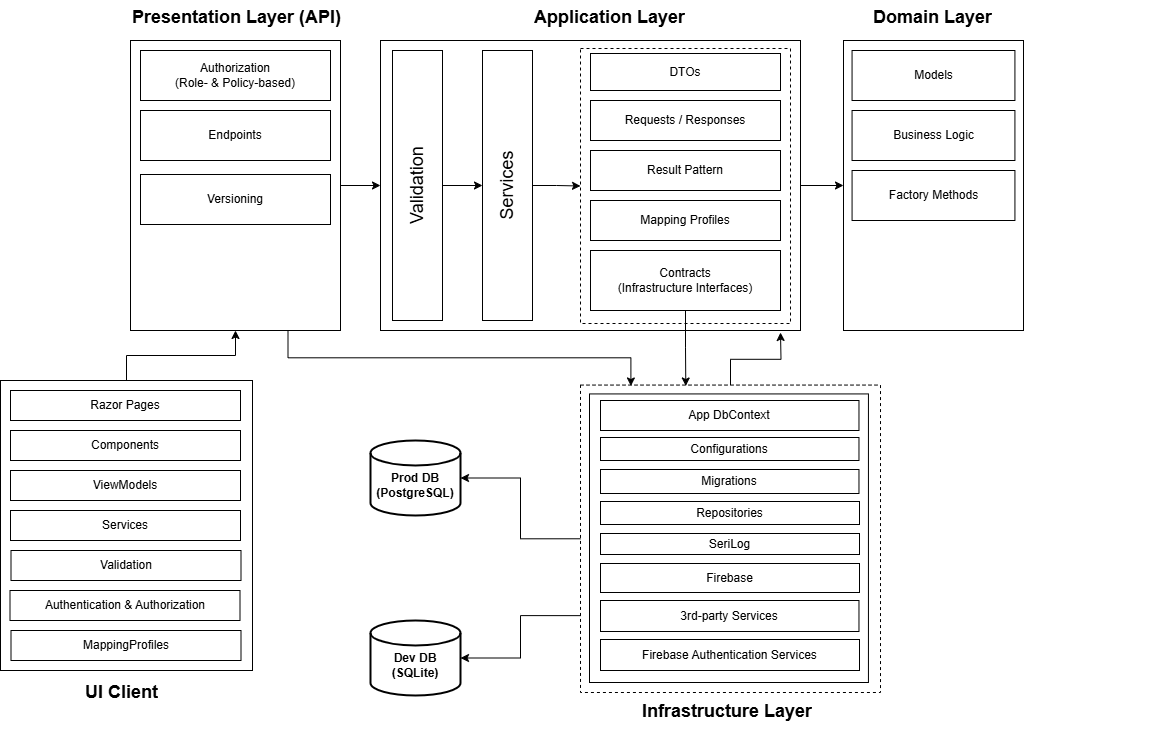
makaveli404/sharbo-api keeps this draw.io diagram as architecture_diagram.png. Above is the earlier version. Source tidied: cells renumbered, new cells last; positions are measured from the earlier drawing's top-left corner, leaving out a move shared by most shapes. The source it was exported from:
```xml
<mxGraphModel>
  <root>
    <mxCell id="0" />
    <mxCell id="1" parent="0" />
    <mxCell id="2" value="&lt;br&gt;&lt;b&gt;Prod DB&lt;/b&gt;&lt;br&gt;&lt;b&gt;(PostgreSQL)&lt;/b&gt;" style="strokeWidth=2;html=1;shape=mxgraph.flowchart.database;whiteSpace=wrap;" parent="1" vertex="1">
      <mxGeometry x="370" y="440" width="90" height="75" as="geometry" />
    </mxCell>
    <mxCell id="3" style="group;" parent="1" vertex="1">
      <mxGeometry x="130" y="10" width="240" height="330" as="geometry" />
    </mxCell>
    <mxCell id="4" style="rounded=0;whiteSpace=wrap;html=1;" parent="3" vertex="1">
      <mxGeometry y="30" width="210" height="290" as="geometry" />
    </mxCell>
    <mxCell id="5" value="&lt;h1 style=&quot;margin-top: 0px;&quot;&gt;Presentation Layer (API)&lt;br&gt;&lt;/h1&gt;" style="text;html=1;whiteSpace=wrap;overflow=hidden;rounded=0;fontSize=9;" parent="3" vertex="1">
      <mxGeometry y="-10" width="220" height="30" as="geometry" />
    </mxCell>
    <mxCell id="6" value="Authorization &lt;br&gt;(Role- &amp;amp; Policy-based)" style="rounded=0;whiteSpace=wrap;html=1;" parent="3" vertex="1">
      <mxGeometry x="10" y="40" width="190" height="50" as="geometry" />
    </mxCell>
    <mxCell id="7" value="Endpoints" style="rounded=0;whiteSpace=wrap;html=1;" parent="3" vertex="1">
      <mxGeometry x="10" y="100" width="190" height="50" as="geometry" />
    </mxCell>
    <mxCell id="8" value="Versioning" style="rounded=0;whiteSpace=wrap;html=1;" parent="3" vertex="1">
      <mxGeometry x="10" y="164" width="190" height="50" as="geometry" />
    </mxCell>
    <mxCell id="9" style="group;" parent="1" vertex="1">
      <mxGeometry x="380" y="10" width="470" height="320" as="geometry" />
    </mxCell>
    <mxCell id="10" style="rounded=0;whiteSpace=wrap;html=1;" parent="9" vertex="1">
      <mxGeometry y="30" width="420" height="290" as="geometry" />
    </mxCell>
    <mxCell id="11" style="rounded=0;whiteSpace=wrap;html=1;fillColor=none;strokeWidth=1;dashed=1;" parent="9" vertex="1">
      <mxGeometry x="200" y="38" width="210" height="275" as="geometry" />
    </mxCell>
    <mxCell id="12" value="&lt;h1 style=&quot;margin-top: 0px;&quot;&gt;Application Layer&lt;br&gt;&lt;/h1&gt;" style="text;html=1;whiteSpace=wrap;overflow=hidden;rounded=0;fontSize=9;" parent="9" vertex="1">
      <mxGeometry x="152" y="-10" width="155.2" height="30" as="geometry" />
    </mxCell>
    <mxCell id="13" style="edgeStyle=orthogonalEdgeStyle;rounded=0;jettySize=auto;html=1;entryX=0;entryY=0.5;entryDx=0;entryDy=0;" parent="9" edge="1" source="14" target="21">
      <mxGeometry relative="1" as="geometry" />
    </mxCell>
    <mxCell id="14" value="Validation" style="rounded=0;whiteSpace=wrap;html=1;horizontal=0;fontSize=18;verticalAlign=middle;" parent="9" vertex="1">
      <mxGeometry x="12" y="40" width="50" height="270" as="geometry" />
    </mxCell>
    <mxCell id="15" value="DTOs" style="rounded=0;whiteSpace=wrap;html=1;" parent="9" vertex="1">
      <mxGeometry x="210" y="43" width="190" height="37" as="geometry" />
    </mxCell>
    <mxCell id="16" value="Contracts &lt;br&gt;(Infrastructure Interfaces)" style="rounded=0;whiteSpace=wrap;html=1;" parent="9" vertex="1">
      <mxGeometry x="210" y="240" width="190" height="60" as="geometry" />
    </mxCell>
    <mxCell id="17" value="Result Pattern" style="rounded=0;whiteSpace=wrap;html=1;" parent="9" vertex="1">
      <mxGeometry x="210" y="140" width="190" height="40" as="geometry" />
    </mxCell>
    <mxCell id="18" value="Mapping Profiles" style="rounded=0;whiteSpace=wrap;html=1;" parent="9" vertex="1">
      <mxGeometry x="210" y="190" width="190" height="40" as="geometry" />
    </mxCell>
    <mxCell id="19" value="Requests / Responses" style="rounded=0;whiteSpace=wrap;html=1;" parent="9" vertex="1">
      <mxGeometry x="210" y="90" width="190" height="40" as="geometry" />
    </mxCell>
    <mxCell id="20" style="edgeStyle=orthogonalEdgeStyle;rounded=0;jettySize=auto;html=1;entryX=0;entryY=0.5;entryDx=0;entryDy=0;" parent="9" edge="1" source="21" target="11">
      <mxGeometry relative="1" as="geometry" />
    </mxCell>
    <mxCell id="21" value="Services" style="rounded=0;whiteSpace=wrap;html=1;horizontal=0;fontSize=18;verticalAlign=middle;" parent="9" vertex="1">
      <mxGeometry x="102" y="40" width="50" height="270" as="geometry" />
    </mxCell>
    <mxCell id="22" style="group;" parent="1" vertex="1">
      <mxGeometry x="843" y="10" width="180" height="320" as="geometry" />
    </mxCell>
    <mxCell id="23" style="rounded=0;whiteSpace=wrap;html=1;" parent="22" vertex="1">
      <mxGeometry y="30" width="180" height="290" as="geometry" />
    </mxCell>
    <mxCell id="24" value="&lt;h1 style=&quot;margin-top: 0px;&quot;&gt;Domain Layer&lt;br&gt;&lt;/h1&gt;" style="text;html=1;whiteSpace=wrap;overflow=hidden;rounded=0;fontSize=9;" parent="22" vertex="1">
      <mxGeometry x="27.9" y="-10" width="124.3" height="30" as="geometry" />
    </mxCell>
    <mxCell id="25" value="Business Logic" style="rounded=0;whiteSpace=wrap;html=1;" parent="22" vertex="1">
      <mxGeometry x="8.6" y="100" width="162.9" height="50" as="geometry" />
    </mxCell>
    <mxCell id="26" value="Models" style="rounded=0;whiteSpace=wrap;html=1;" parent="22" vertex="1">
      <mxGeometry x="8.6" y="40" width="162.9" height="50" as="geometry" />
    </mxCell>
    <mxCell id="27" value="Factory Methods" style="rounded=0;whiteSpace=wrap;html=1;" parent="22" vertex="1">
      <mxGeometry x="8.6" y="160" width="162.9" height="50" as="geometry" />
    </mxCell>
    <mxCell id="28" style="edgeStyle=orthogonalEdgeStyle;rounded=0;jettySize=auto;html=1;exitX=1;exitY=0.5;exitDx=0;exitDy=0;entryX=0;entryY=0.5;entryDx=0;entryDy=0;" parent="1" edge="1" source="4" target="10">
      <mxGeometry relative="1" as="geometry" />
    </mxCell>
    <mxCell id="29" style="group;" parent="1" vertex="1">
      <mxGeometry y="350" width="260" height="350" as="geometry" />
    </mxCell>
    <mxCell id="30" style="group;" parent="29" vertex="1">
      <mxGeometry width="252" height="320" as="geometry" />
    </mxCell>
    <mxCell id="31" style="rounded=0;whiteSpace=wrap;html=1;" parent="30" vertex="1">
      <mxGeometry y="30" width="252" height="290" as="geometry" />
    </mxCell>
    <mxCell id="32" value="&lt;div&gt;Razor Pages&lt;/div&gt;" style="rounded=0;whiteSpace=wrap;html=1;" parent="30" vertex="1">
      <mxGeometry x="10" y="40" width="230" height="30" as="geometry" />
    </mxCell>
    <mxCell id="33" value="Services" style="rounded=0;whiteSpace=wrap;html=1;" parent="30" vertex="1">
      <mxGeometry x="10" y="160" width="230" height="30" as="geometry" />
    </mxCell>
    <mxCell id="34" value="Authentication &amp;amp; Authorization" style="rounded=0;whiteSpace=wrap;html=1;" parent="30" vertex="1">
      <mxGeometry x="9.5" y="240" width="230" height="30" as="geometry" />
    </mxCell>
    <mxCell id="35" value="Components" style="rounded=0;whiteSpace=wrap;html=1;" parent="30" vertex="1">
      <mxGeometry x="10" y="80" width="230" height="30" as="geometry" />
    </mxCell>
    <mxCell id="36" value="ViewModels" style="rounded=0;whiteSpace=wrap;html=1;" parent="30" vertex="1">
      <mxGeometry x="10" y="120" width="230" height="30" as="geometry" />
    </mxCell>
    <mxCell id="37" value="MappingProfiles" style="rounded=0;whiteSpace=wrap;html=1;" parent="30" vertex="1">
      <mxGeometry x="10.5" y="280" width="230" height="30" as="geometry" />
    </mxCell>
    <mxCell id="38" value="Validation" style="rounded=0;whiteSpace=wrap;html=1;" parent="30" vertex="1">
      <mxGeometry x="10.5" y="200" width="230" height="30" as="geometry" />
    </mxCell>
    <mxCell id="39" value="&lt;h1 style=&quot;margin-top: 0px;&quot;&gt;UI Client &lt;br&gt;&lt;/h1&gt;" style="text;html=1;whiteSpace=wrap;overflow=hidden;rounded=0;fontSize=9;" parent="29" vertex="1">
      <mxGeometry x="83" y="325" width="83" height="30" as="geometry" />
    </mxCell>
    <mxCell id="40" style="group;" parent="1" vertex="1">
      <mxGeometry x="580" y="351" width="590" height="380" as="geometry" />
    </mxCell>
    <mxCell id="41" style="group;dashed=1;strokeWidth=1;" parent="40" vertex="1">
      <mxGeometry y="1" width="590" height="347.4" as="geometry" />
    </mxCell>
    <mxCell id="42" style="rounded=0;whiteSpace=wrap;html=1;dashed=1;" parent="41" vertex="1">
      <mxGeometry y="32.6" width="300" height="307.4" as="geometry" />
    </mxCell>
    <mxCell id="43" style="rounded=0;whiteSpace=wrap;html=1;" parent="41" vertex="1">
      <mxGeometry x="9" y="41.4" width="278.9" height="288.6" as="geometry" />
    </mxCell>
    <mxCell id="44" value="App DbContext" style="rounded=0;whiteSpace=wrap;html=1;" parent="41" vertex="1">
      <mxGeometry x="20" y="48" width="258.5" height="30" as="geometry" />
    </mxCell>
    <mxCell id="45" value="Configurations" style="rounded=0;whiteSpace=wrap;html=1;" parent="41" vertex="1">
      <mxGeometry x="20" y="85" width="258.5" height="23" as="geometry" />
    </mxCell>
    <mxCell id="46" value="Migrations" style="rounded=0;whiteSpace=wrap;html=1;" parent="41" vertex="1">
      <mxGeometry x="20" y="117" width="258.5" height="24" as="geometry" />
    </mxCell>
    <mxCell id="47" value="Repositories" style="rounded=0;whiteSpace=wrap;html=1;" parent="41" vertex="1">
      <mxGeometry x="20" y="149" width="259" height="23" as="geometry" />
    </mxCell>
    <mxCell id="48" value="SeriLog" style="rounded=0;whiteSpace=wrap;html=1;" parent="41" vertex="1">
      <mxGeometry x="20" y="181" width="259" height="21" as="geometry" />
    </mxCell>
    <mxCell id="49" value="3rd-party Services" style="rounded=0;whiteSpace=wrap;html=1;" parent="41" vertex="1">
      <mxGeometry x="20" y="248" width="258.5" height="31" as="geometry" />
    </mxCell>
    <mxCell id="50" value="Firebase Authentication Services" style="rounded=0;whiteSpace=wrap;html=1;" parent="41" vertex="1">
      <mxGeometry x="20" y="287" width="259" height="31" as="geometry" />
    </mxCell>
    <mxCell id="51" value="Firebase" style="rounded=0;whiteSpace=wrap;html=1;" parent="41" vertex="1">
      <mxGeometry x="20" y="211" width="259" height="29" as="geometry" />
    </mxCell>
    <mxCell id="52" style="edgeStyle=orthogonalEdgeStyle;rounded=0;jettySize=auto;html=1;exitX=1;exitY=0.5;exitDx=0;exitDy=0;entryX=0;entryY=0.5;entryDx=0;entryDy=0;" parent="1" edge="1" source="10" target="23">
      <mxGeometry relative="1" as="geometry" />
    </mxCell>
    <mxCell id="53" style="edgeStyle=orthogonalEdgeStyle;rounded=0;jettySize=auto;html=1;exitX=0.5;exitY=0;exitDx=0;exitDy=0;entryX=0.5;entryY=1;entryDx=0;entryDy=0;" parent="1" edge="1" source="31" target="4">
      <mxGeometry relative="1" as="geometry" />
    </mxCell>
    <mxCell id="54" style="edgeStyle=orthogonalEdgeStyle;rounded=0;jettySize=auto;html=1;exitX=0;exitY=0.5;exitDx=0;exitDy=0;entryX=1;entryY=0.5;entryDx=0;entryDy=0;entryPerimeter=0;" parent="1" edge="1" source="42" target="2">
      <mxGeometry relative="1" as="geometry" />
    </mxCell>
    <mxCell id="55" style="edgeStyle=orthogonalEdgeStyle;rounded=0;jettySize=auto;html=1;exitX=0.75;exitY=1;exitDx=0;exitDy=0;entryX=0.168;entryY=0.003;entryDx=0;entryDy=0;entryPerimeter=0;" parent="1" edge="1" source="4" target="42">
      <mxGeometry relative="1" as="geometry" />
    </mxCell>
    <mxCell id="56" style="edgeStyle=orthogonalEdgeStyle;rounded=0;jettySize=auto;html=1;exitX=0.5;exitY=1;exitDx=0;exitDy=0;entryX=0.351;entryY=0.003;entryDx=0;entryDy=0;entryPerimeter=0;" parent="1" edge="1" source="16" target="42">
      <mxGeometry relative="1" as="geometry" />
    </mxCell>
    <mxCell id="57" style="edgeStyle=orthogonalEdgeStyle;rounded=0;jettySize=auto;html=1;exitX=0.5;exitY=0;exitDx=0;exitDy=0;" parent="1" edge="1" source="42">
      <mxGeometry relative="1" as="geometry">
        <mxPoint x="780" y="332" as="targetPoint" />
      </mxGeometry>
    </mxCell>
    <mxCell id="58" value="&lt;h1 style=&quot;margin-top: 0px;&quot;&gt;Infrastructure Layer&lt;br&gt;&lt;/h1&gt;" style="text;html=1;whiteSpace=wrap;overflow=hidden;rounded=0;fontSize=9;" parent="1" vertex="1">
      <mxGeometry x="640" y="694.4" width="180" height="32.6" as="geometry" />
    </mxCell>
    <mxCell id="59" value="&lt;br&gt;&lt;b&gt;Dev DB&lt;/b&gt;&lt;br&gt;&lt;b&gt;(SQLite)&lt;/b&gt;" style="strokeWidth=2;html=1;shape=mxgraph.flowchart.database;whiteSpace=wrap;" parent="1" vertex="1">
      <mxGeometry x="370" y="620" width="90" height="75" as="geometry" />
    </mxCell>
    <mxCell id="60" style="edgeStyle=orthogonalEdgeStyle;rounded=0;jettySize=auto;html=1;exitX=0;exitY=0.75;exitDx=0;exitDy=0;entryX=1;entryY=0.5;entryDx=0;entryDy=0;entryPerimeter=0;" parent="1" edge="1" source="42" target="59">
      <mxGeometry relative="1" as="geometry" />
    </mxCell>
  </root>
</mxGraphModel>
```
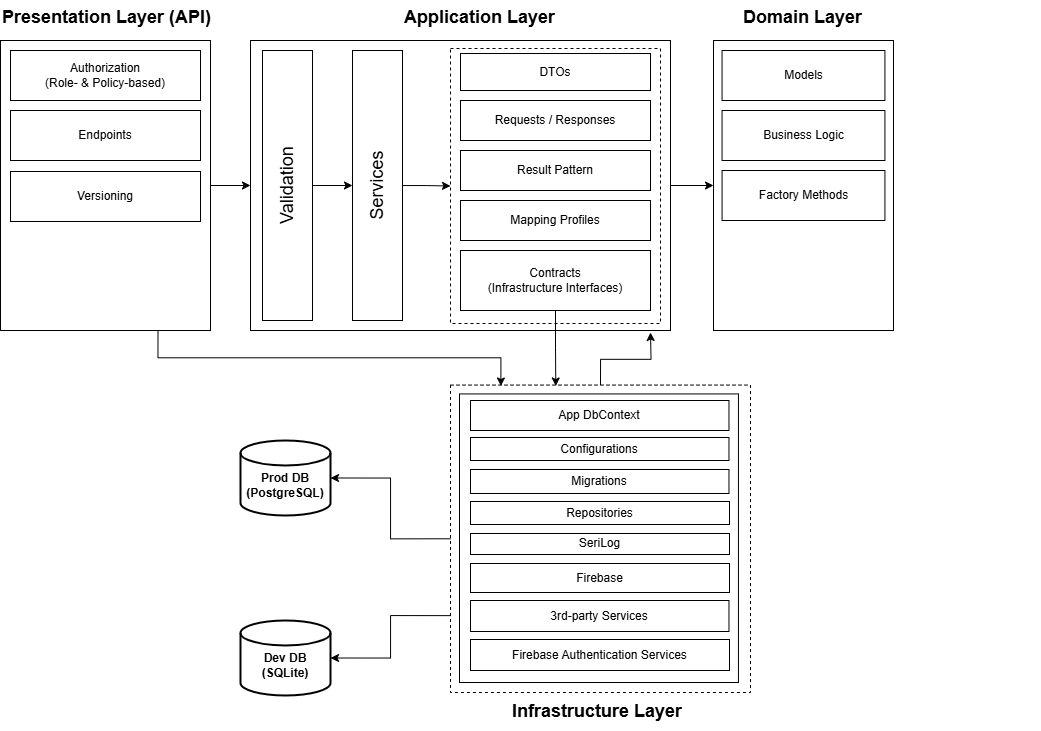
The same file after the commit.

Change to the diagram source:
```diff
@@ -21,7 +21,7 @@
       <mxGeometry x="10" y="100" width="190" height="50" as="geometry" />
     </mxCell>
     <mxCell id="8" value="Versioning" style="rounded=0;whiteSpace=wrap;html=1;" parent="3" vertex="1">
-      <mxGeometry x="10" y="164" width="190" height="50" as="geometry" />
+      <mxGeometry x="10" y="161" width="190" height="50" as="geometry" />
     </mxCell>
     <mxCell id="9" style="group;" parent="1" vertex="1">
       <mxGeometry x="380" y="10" width="470" height="320" as="geometry" />
@@ -83,39 +83,6 @@
     <mxCell id="28" style="edgeStyle=orthogonalEdgeStyle;rounded=0;jettySize=auto;html=1;exitX=1;exitY=0.5;exitDx=0;exitDy=0;entryX=0;entryY=0.5;entryDx=0;entryDy=0;" parent="1" edge="1" source="4" target="10">
       <mxGeometry relative="1" as="geometry" />
     </mxCell>
-    <mxCell id="29" style="group;" parent="1" vertex="1">
-      <mxGeometry y="350" width="260" height="350" as="geometry" />
-    </mxCell>
-    <mxCell id="30" style="group;" parent="29" vertex="1">
-      <mxGeometry width="252" height="320" as="geometry" />
-    </mxCell>
-    <mxCell id="31" style="rounded=0;whiteSpace=wrap;html=1;" parent="30" vertex="1">
-      <mxGeometry y="30" width="252" height="290" as="geometry" />
-    </mxCell>
-    <mxCell id="32" value="&lt;div&gt;Razor Pages&lt;/div&gt;" style="rounded=0;whiteSpace=wrap;html=1;" parent="30" vertex="1">
-      <mxGeometry x="10" y="40" width="230" height="30" as="geometry" />
-    </mxCell>
-    <mxCell id="33" value="Services" style="rounded=0;whiteSpace=wrap;html=1;" parent="30" vertex="1">
-      <mxGeometry x="10" y="160" width="230" height="30" as="geometry" />
-    </mxCell>
-    <mxCell id="34" value="Authentication &amp;amp; Authorization" style="rounded=0;whiteSpace=wrap;html=1;" parent="30" vertex="1">
-      <mxGeometry x="9.5" y="240" width="230" height="30" as="geometry" />
-    </mxCell>
-    <mxCell id="35" value="Components" style="rounded=0;whiteSpace=wrap;html=1;" parent="30" vertex="1">
-      <mxGeometry x="10" y="80" width="230" height="30" as="geometry" />
-    </mxCell>
-    <mxCell id="36" value="ViewModels" style="rounded=0;whiteSpace=wrap;html=1;" parent="30" vertex="1">
-      <mxGeometry x="10" y="120" width="230" height="30" as="geometry" />
-    </mxCell>
-    <mxCell id="37" value="MappingProfiles" style="rounded=0;whiteSpace=wrap;html=1;" parent="30" vertex="1">
-      <mxGeometry x="10.5" y="280" width="230" height="30" as="geometry" />
-    </mxCell>
-    <mxCell id="38" value="Validation" style="rounded=0;whiteSpace=wrap;html=1;" parent="30" vertex="1">
-      <mxGeometry x="10.5" y="200" width="230" height="30" as="geometry" />
-    </mxCell>
-    <mxCell id="39" value="&lt;h1 style=&quot;margin-top: 0px;&quot;&gt;UI Client &lt;br&gt;&lt;/h1&gt;" style="text;html=1;whiteSpace=wrap;overflow=hidden;rounded=0;fontSize=9;" parent="29" vertex="1">
-      <mxGeometry x="83" y="325" width="83" height="30" as="geometry" />
-    </mxCell>
     <mxCell id="40" style="group;" parent="1" vertex="1">
       <mxGeometry x="580" y="351" width="590" height="380" as="geometry" />
     </mxCell>
@@ -155,9 +122,6 @@
     <mxCell id="52" style="edgeStyle=orthogonalEdgeStyle;rounded=0;jettySize=auto;html=1;exitX=1;exitY=0.5;exitDx=0;exitDy=0;entryX=0;entryY=0.5;entryDx=0;entryDy=0;" parent="1" edge="1" source="10" target="23">
       <mxGeometry relative="1" as="geometry" />
     </mxCell>
-    <mxCell id="53" style="edgeStyle=orthogonalEdgeStyle;rounded=0;jettySize=auto;html=1;exitX=0.5;exitY=0;exitDx=0;exitDy=0;entryX=0.5;entryY=1;entryDx=0;entryDy=0;" parent="1" edge="1" source="31" target="4">
-      <mxGeometry relative="1" as="geometry" />
-    </mxCell>
     <mxCell id="54" style="edgeStyle=orthogonalEdgeStyle;rounded=0;jettySize=auto;html=1;exitX=0;exitY=0.5;exitDx=0;exitDy=0;entryX=1;entryY=0.5;entryDx=0;entryDy=0;entryPerimeter=0;" parent="1" edge="1" source="42" target="2">
       <mxGeometry relative="1" as="geometry" />
     </mxCell>
```
